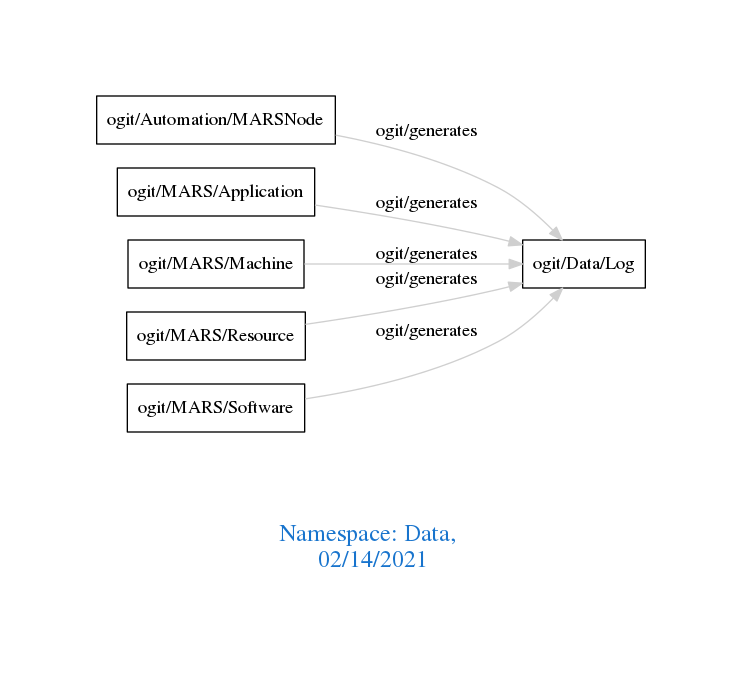
arago/OGIT keeps this Graphviz diagram as downloads/Data.png. Above is the earlier version. Its source is kept beside it as downloads/Data.dot.
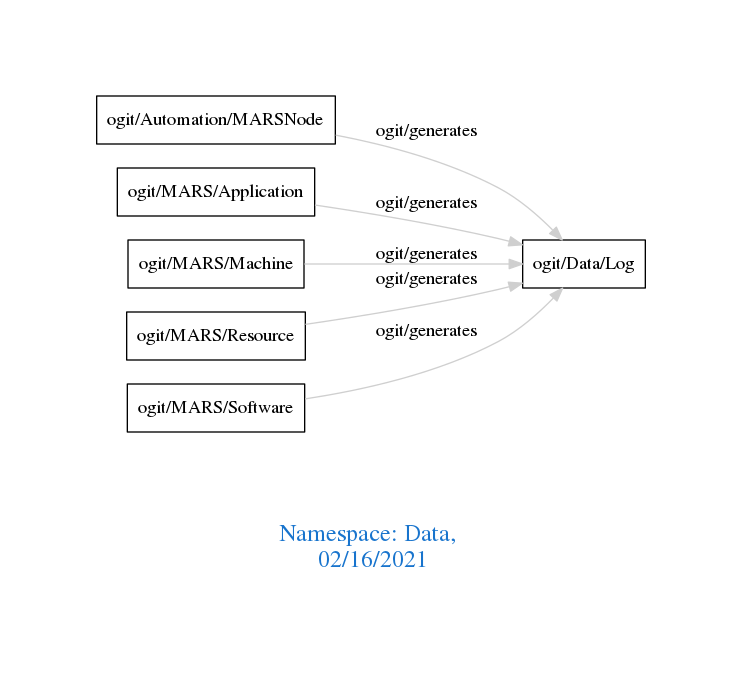
After the commit.

Diff of the diagram source:
```diff
@@ -1,7 +1,7 @@
 digraph OGIT_ontology {
  graph [ rankdir= LR,pad=1
 fontsize = 18,
-fontcolor= dodgerblue3,label = "\n\n\nNamespace: Data, \n 02/14/2021"];
+fontcolor= dodgerblue3,label = "\n\n\nNamespace: Data, \n 02/16/2021"];
 node[shape=polygon];
 edge [  color="gray81"];
 
```
